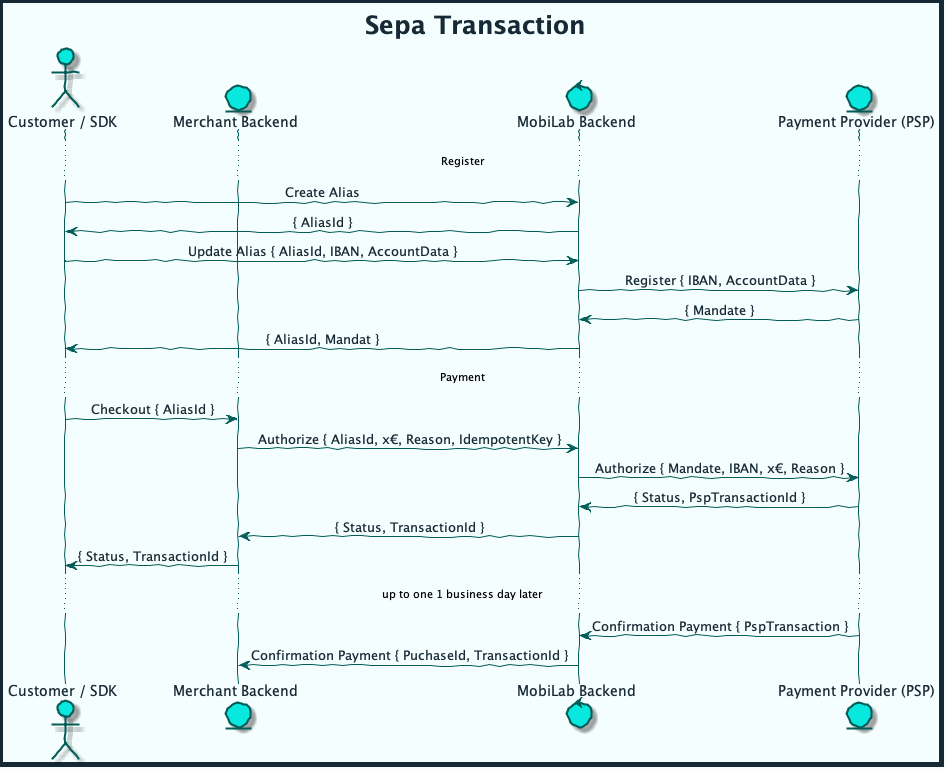
This is diagrams/out/sepa_transaction.png from mobilabsolutions/stash-sdk-wiki, a PlantUML export, as it was before one commit.
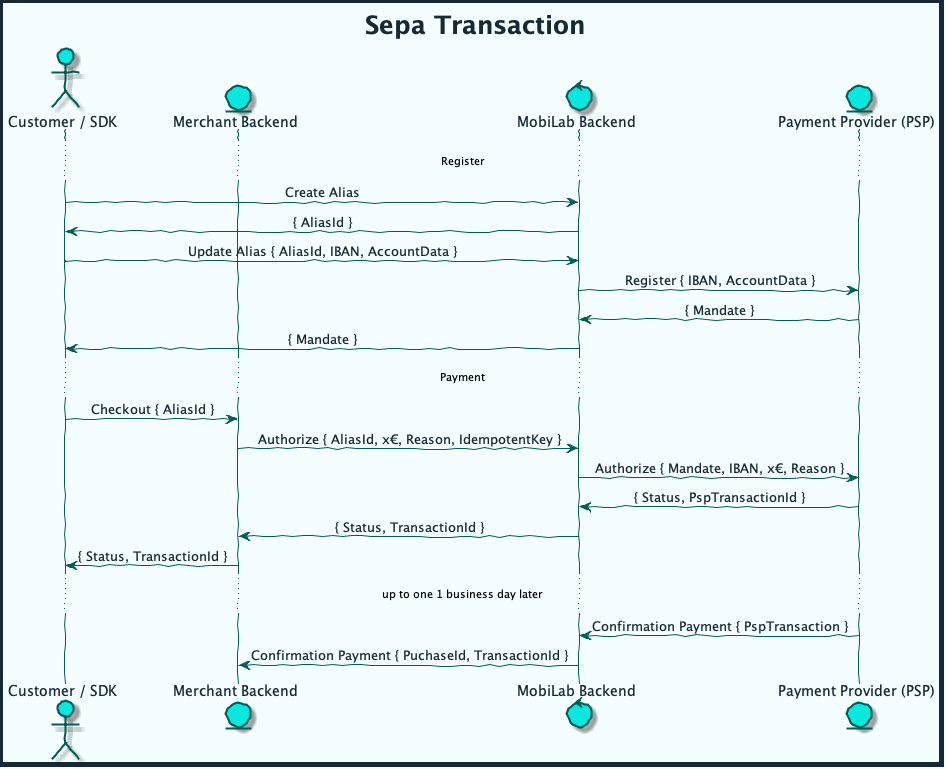
After the commit.

What changed in the source:
```diff
@@ -61,7 +61,7 @@
 MBE -> PSP: Register { IBAN, AccountData }
 PSP -> MBE: { Mandate }
 
-MBE -> User: { AliasId, Mandat }
+MBE -> User: { Mandate }
 
 ... Payment ...
 User -> MEC: Checkout { AliasId }
```
